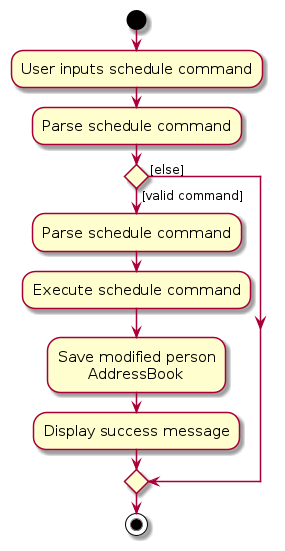
The PlantUML diagram diagrams/ScheduleDiagram.png in Ragnapop/tp, before a commit. Its source is kept beside it as diagrams/ScheduleDiagram.puml.
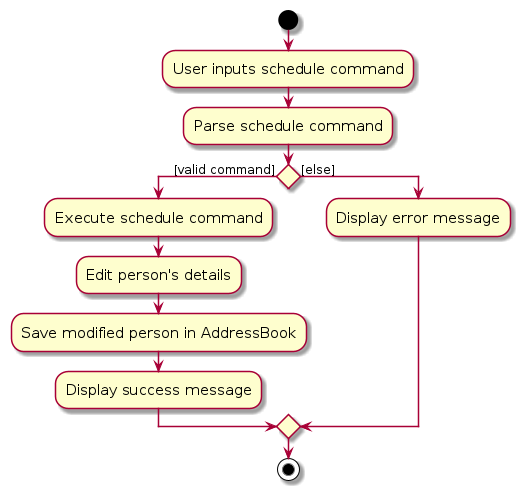
Above is the later version.

What changed in the source:
```diff
@@ -10,12 +10,12 @@
 
 
 if () then ([valid command])
-    :Parse schedule command;
     :Execute schedule command;
-    :Save modified person
-          AddressBook;
+    :Edit person's details;
+    :Save modified person in AddressBook;
     :Display success message;
 else ([else])
+    :Display error message;
 endif
 stop
 @enduml
```
